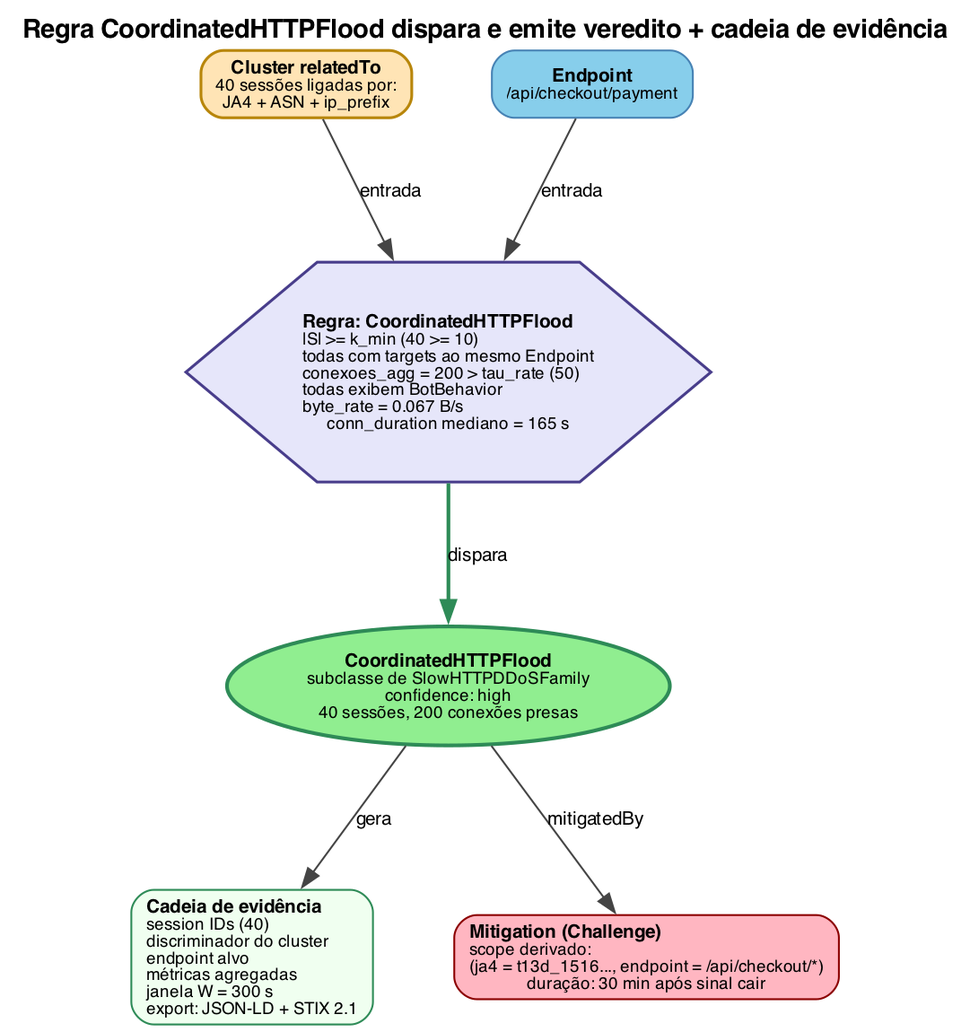
Before: docs/figures/png/03-rule-fires-evidence-chain.png, a diagram exported from Graphviz (Natanael0liveira/knowledge-graph-ddos-article). Its source is kept beside it as docs/figures/dot/03-rule-fires-evidence-chain.dot. The source it was exported from:
```dot

digraph RuleFiresEvidenceChain {
    rankdir=TB;
    bgcolor="white";
    fontname="Helvetica";
    nodesep=0.6;
    ranksep=0.9;
    labelloc="t";
    label=<<B>Regra CoordinatedHTTPFlood dispara e emite veredito + cadeia de evidência</B>>;

    node [fontname="Helvetica", fontsize=10];
    edge [fontname="Helvetica", fontsize=10, color="#444444"];

    cluster_node [
        label=<<B>Cluster relatedTo</B><BR/><FONT POINT-SIZE="9">40 sessões ligadas por:<BR/>JA4 + ASN + ip_prefix</FONT>>,
        shape=box,
        style="filled,rounded",
        fillcolor="#FFE4B5",
        color="#B8860B",
        penwidth=1.5
    ];

    endpoint [
        label=<<B>Endpoint</B><BR/><FONT POINT-SIZE="9">/api/checkout/payment</FONT>>,
        shape=box,
        style="filled,rounded",
        fillcolor="#87CEEB",
        color="#4682B4"
    ];

    rule [
        label=<<B>Regra: CoordinatedHTTPFlood</B><BR ALIGN="LEFT"/><FONT POINT-SIZE="9">|S| &gt;= k_min (40 &gt;= 10)<BR ALIGN="LEFT"/>todas com targets ao mesmo Endpoint<BR ALIGN="LEFT"/>conexoes_agg = 200 &gt; tau_rate (50)<BR ALIGN="LEFT"/>todas exibem BotBehavior<BR ALIGN="LEFT"/>byte_rate = 0.067 B/s<BR ALIGN="LEFT"/>conn_duration mediano = 165 s</FONT>>,
        shape=hexagon,
        style="filled,bold",
        fillcolor="#E6E6FA",
        color="#483D8B",
        penwidth=1.5
    ];

    verdict [
        label=<<B>CoordinatedHTTPFlood</B><BR/><FONT POINT-SIZE="9">subclasse de SlowHTTPDDoSFamily<BR/>confidence: high<BR/>40 sessões, 200 conexões presas</FONT>>,
        shape=ellipse,
        style="filled,bold",
        fillcolor="#90EE90",
        color="#2E8B57",
        penwidth=2
    ];

    evidence [
        label=<<B>Cadeia de evidência</B><BR ALIGN="LEFT"/><FONT POINT-SIZE="9">session IDs (40)<BR ALIGN="LEFT"/>discriminador do cluster<BR ALIGN="LEFT"/>endpoint alvo<BR ALIGN="LEFT"/>métricas agregadas<BR ALIGN="LEFT"/>janela W = 300 s<BR ALIGN="LEFT"/>export: JSON-LD + STIX 2.1</FONT>>,
        shape=box,
        style="filled,rounded",
        fillcolor="#F0FFF0",
        color="#2E8B57"
    ];

    mitigation [
        label=<<B>Mitigation (Challenge)</B><BR ALIGN="LEFT"/><FONT POINT-SIZE="9">scope derivado:<BR ALIGN="LEFT"/>(ja4 = t13d_1516..., endpoint = /api/checkout/*)<BR ALIGN="LEFT"/>duração: 30 min após sinal cair</FONT>>,
        shape=box,
        style="filled,rounded",
        fillcolor="#FFB6C1",
        color="#8B0000"
    ];

    cluster_node -> rule [label="entrada"];
    endpoint -> rule [label="entrada"];
    rule -> verdict [label="dispara", penwidth=2, color="#2E8B57"];
    verdict -> evidence [label="gera"];
    verdict -> mitigation [label="mitigatedBy"];
}
```
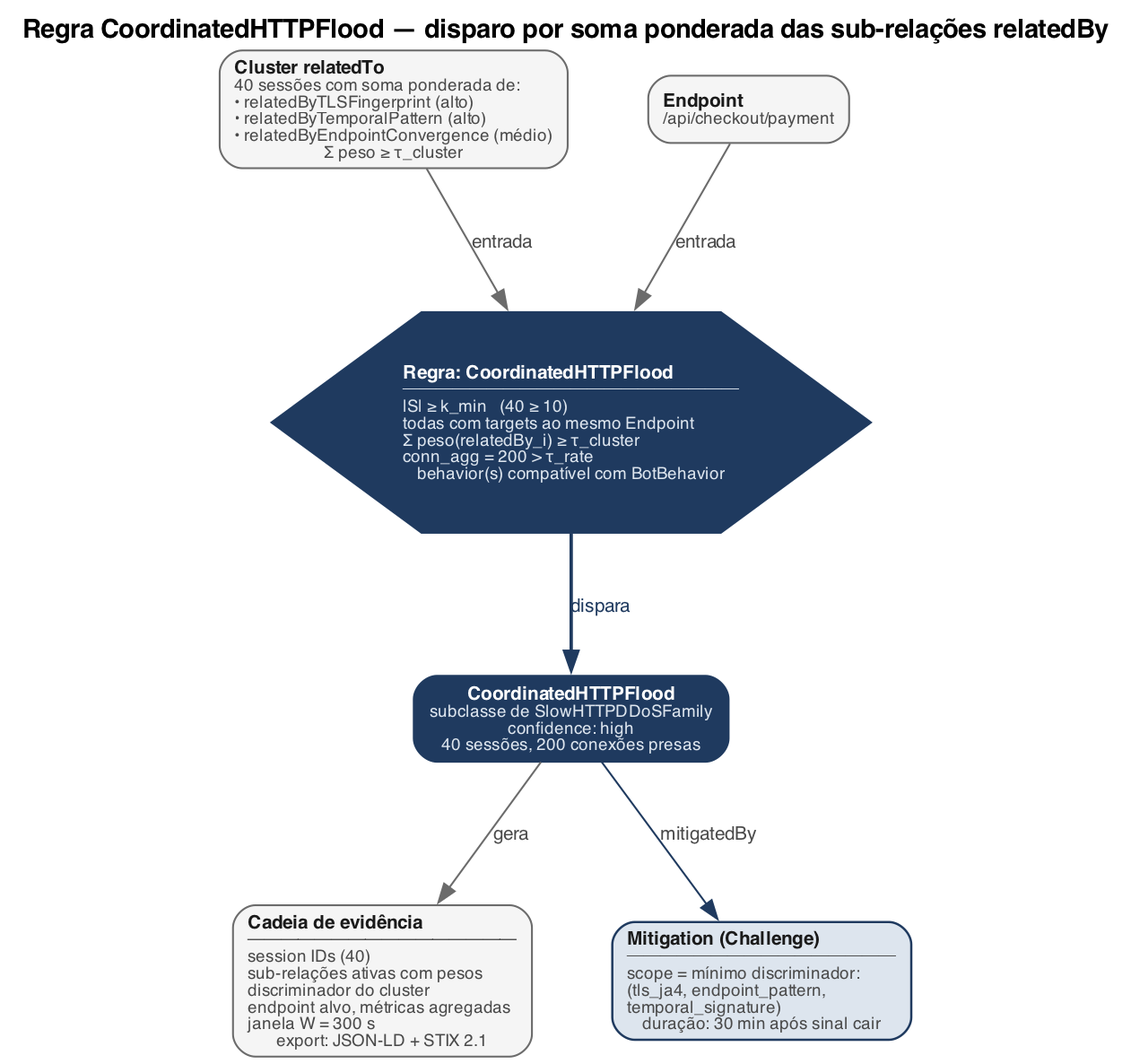
After the change.

The edit, as a diff of the source:
```diff
@@ -6,65 +6,70 @@
     nodesep=0.6;
     ranksep=0.9;
     labelloc="t";
-    label=<<B>Regra CoordinatedHTTPFlood dispara e emite veredito + cadeia de evidência</B>>;
+    label=<<B>Regra CoordinatedHTTPFlood — disparo por soma ponderada das sub-relações relatedBy</B>>;
 
-    node [fontname="Helvetica", fontsize=10];
-    edge [fontname="Helvetica", fontsize=10, color="#444444"];
+    node [fontname="Helvetica", fontsize=10, fontcolor="#1A1A1A"];
+    edge [fontname="Helvetica", fontsize=10, color="#6B6B6B", fontcolor="#4A4A4A"];
 
     cluster_node [
-        label=<<B>Cluster relatedTo</B><BR/><FONT POINT-SIZE="9">40 sessões ligadas por:<BR/>JA4 + ASN + ip_prefix</FONT>>,
+        label=<<B>Cluster relatedTo</B><BR ALIGN="LEFT"/><FONT POINT-SIZE="9" COLOR="#4A4A4A">40 sessões com soma ponderada de:<BR ALIGN="LEFT"/>• relatedByTLSFingerprint (alto)<BR ALIGN="LEFT"/>• relatedByTemporalPattern (alto)<BR ALIGN="LEFT"/>• relatedByEndpointConvergence (médio)<BR ALIGN="LEFT"/>Σ peso ≥ τ_cluster</FONT>>,
         shape=box,
         style="filled,rounded",
-        fillcolor="#FFE4B5",
-        color="#B8860B",
-        penwidth=1.5
+        fillcolor="#F5F5F5",
+        color="#6B6B6B",
+        penwidth=1
     ];
 
     endpoint [
-        label=<<B>Endpoint</B><BR/><FONT POINT-SIZE="9">/api/checkout/payment</FONT>>,
+        label=<<B>Endpoint</B><BR ALIGN="LEFT"/><FONT POINT-SIZE="9" COLOR="#4A4A4A">/api/checkout/payment</FONT>>,
         shape=box,
         style="filled,rounded",
-        fillcolor="#87CEEB",
-        color="#4682B4"
+        fillcolor="#F5F5F5",
+        color="#6B6B6B",
+        penwidth=1
     ];
 
     rule [
-        label=<<B>Regra: CoordinatedHTTPFlood</B><BR ALIGN="LEFT"/><FONT POINT-SIZE="9">|S| &gt;= k_min (40 &gt;= 10)<BR ALIGN="LEFT"/>todas com targets ao mesmo Endpoint<BR ALIGN="LEFT"/>conexoes_agg = 200 &gt; tau_rate (50)<BR ALIGN="LEFT"/>todas exibem BotBehavior<BR ALIGN="LEFT"/>byte_rate = 0.067 B/s<BR ALIGN="LEFT"/>conn_duration mediano = 165 s</FONT>>,
+        label=<<B>Regra: CoordinatedHTTPFlood</B><BR ALIGN="LEFT"/><FONT POINT-SIZE="9" COLOR="#DDE5EE">────────────────────<BR ALIGN="LEFT"/>|S| ≥ k_min   (40 ≥ 10)<BR ALIGN="LEFT"/>todas com targets ao mesmo Endpoint<BR ALIGN="LEFT"/>Σ peso(relatedBy_i) ≥ τ_cluster<BR ALIGN="LEFT"/>conn_agg = 200 &gt; τ_rate<BR ALIGN="LEFT"/>behavior(s) compatível com BotBehavior</FONT>>,
         shape=hexagon,
-        style="filled,bold",
-        fillcolor="#E6E6FA",
-        color="#483D8B",
+        style="filled",
+        fillcolor="#1F3A5F",
+        fontcolor="white",
+        color="#1F3A5F",
         penwidth=1.5
     ];
 
     verdict [
-        label=<<B>CoordinatedHTTPFlood</B><BR/><FONT POINT-SIZE="9">subclasse de SlowHTTPDDoSFamily<BR/>confidence: high<BR/>40 sessões, 200 conexões presas</FONT>>,
-        shape=ellipse,
-        style="filled,bold",
-        fillcolor="#90EE90",
-        color="#2E8B57",
+        label=<<B>CoordinatedHTTPFlood</B><BR/><FONT POINT-SIZE="9" COLOR="#DDE5EE">subclasse de SlowHTTPDDoSFamily<BR/>confidence: high<BR/>40 sessões, 200 conexões presas</FONT>>,
+        shape=box,
+        style="filled,rounded,bold",
+        fillcolor="#1F3A5F",
+        fontcolor="white",
+        color="#1F3A5F",
         penwidth=2
     ];
 
     evidence [
-        label=<<B>Cadeia de evidência</B><BR ALIGN="LEFT"/><FONT POINT-SIZE="9">session IDs (40)<BR ALIGN="LEFT"/>discriminador do cluster<BR ALIGN="LEFT"/>endpoint alvo<BR ALIGN="LEFT"/>métricas agregadas<BR ALIGN="LEFT"/>janela W = 300 s<BR ALIGN="LEFT"/>export: JSON-LD + STIX 2.1</FONT>>,
+        label=<<B>Cadeia de evidência</B><BR ALIGN="LEFT"/><FONT POINT-SIZE="9" COLOR="#4A4A4A">────────────────<BR ALIGN="LEFT"/>session IDs (40)<BR ALIGN="LEFT"/>sub-relações ativas com pesos<BR ALIGN="LEFT"/>discriminador do cluster<BR ALIGN="LEFT"/>endpoint alvo, métricas agregadas<BR ALIGN="LEFT"/>janela W = 300 s<BR ALIGN="LEFT"/>export: JSON-LD + STIX 2.1</FONT>>,
         shape=box,
         style="filled,rounded",
-        fillcolor="#F0FFF0",
-        color="#2E8B57"
+        fillcolor="#F5F5F5",
+        color="#6B6B6B",
+        penwidth=1
     ];
 
     mitigation [
-        label=<<B>Mitigation (Challenge)</B><BR ALIGN="LEFT"/><FONT POINT-SIZE="9">scope derivado:<BR ALIGN="LEFT"/>(ja4 = t13d_1516..., endpoint = /api/checkout/*)<BR ALIGN="LEFT"/>duração: 30 min após sinal cair</FONT>>,
+        label=<<B>Mitigation (Challenge)</B><BR ALIGN="LEFT"/><FONT POINT-SIZE="9" COLOR="#4A4A4A">────────────────<BR ALIGN="LEFT"/>scope = mínimo discriminador:<BR ALIGN="LEFT"/>(tls_ja4, endpoint_pattern,<BR ALIGN="LEFT"/>temporal_signature)<BR ALIGN="LEFT"/>duração: 30 min após sinal cair</FONT>>,
         shape=box,
         style="filled,rounded",
-        fillcolor="#FFB6C1",
-        color="#8B0000"
+        fillcolor="#DDE5EE",
+        color="#1F3A5F",
+        penwidth=1.2
     ];
 
     cluster_node -> rule [label="entrada"];
     endpoint -> rule [label="entrada"];
-    rule -> verdict [label="dispara", penwidth=2, color="#2E8B57"];
+    rule -> verdict [label="dispara", penwidth=1.8, color="#1F3A5F", fontcolor="#1F3A5F"];
     verdict -> evidence [label="gera"];
-    verdict -> mitigation [label="mitigatedBy"];
+    verdict -> mitigation [label="mitigatedBy", color="#1F3A5F"];
 }
```
